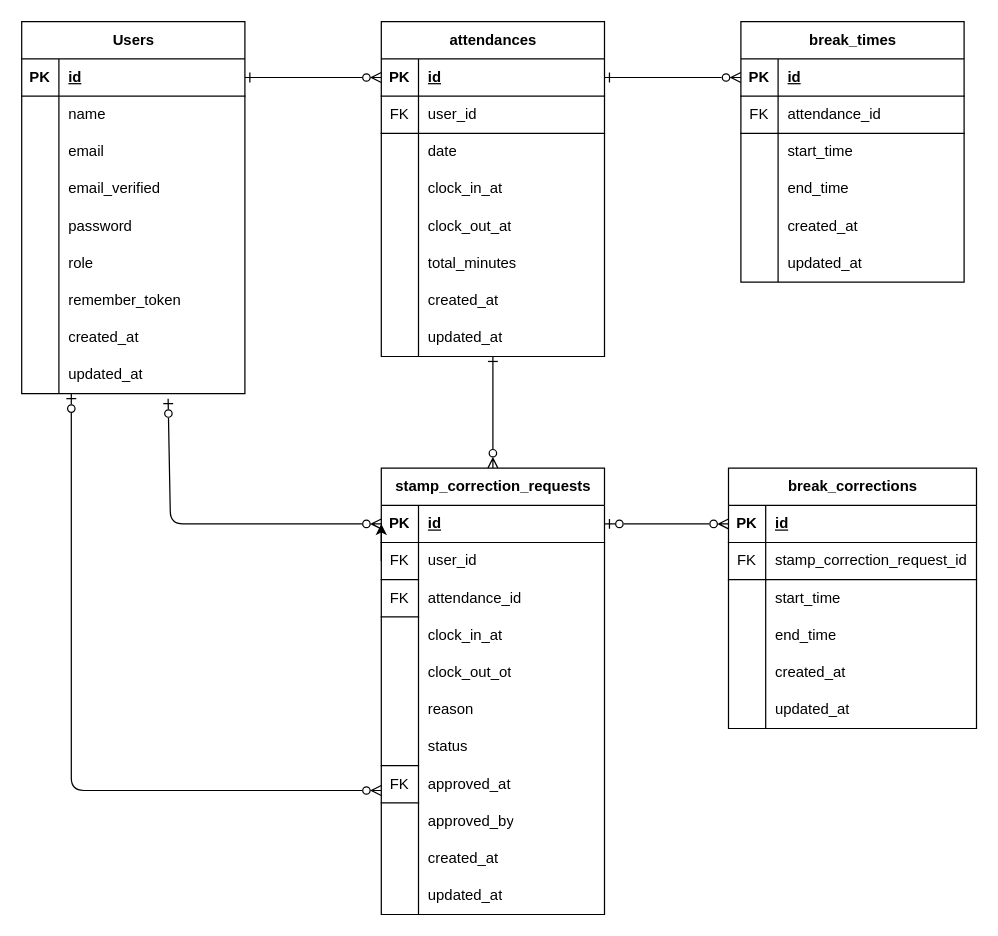
Earlier version of the draw.io diagram mockcase2.dio (nakagawa-hayato/mockcase2). Source tidied: cells renumbered, new cells numbered last; positions are measured from the earlier drawing's top-left corner, leaving out a move shared by most shapes. Both pictures are drawn from the tidied source at 124%, with x=0, y=0 at pixel (21, 21).
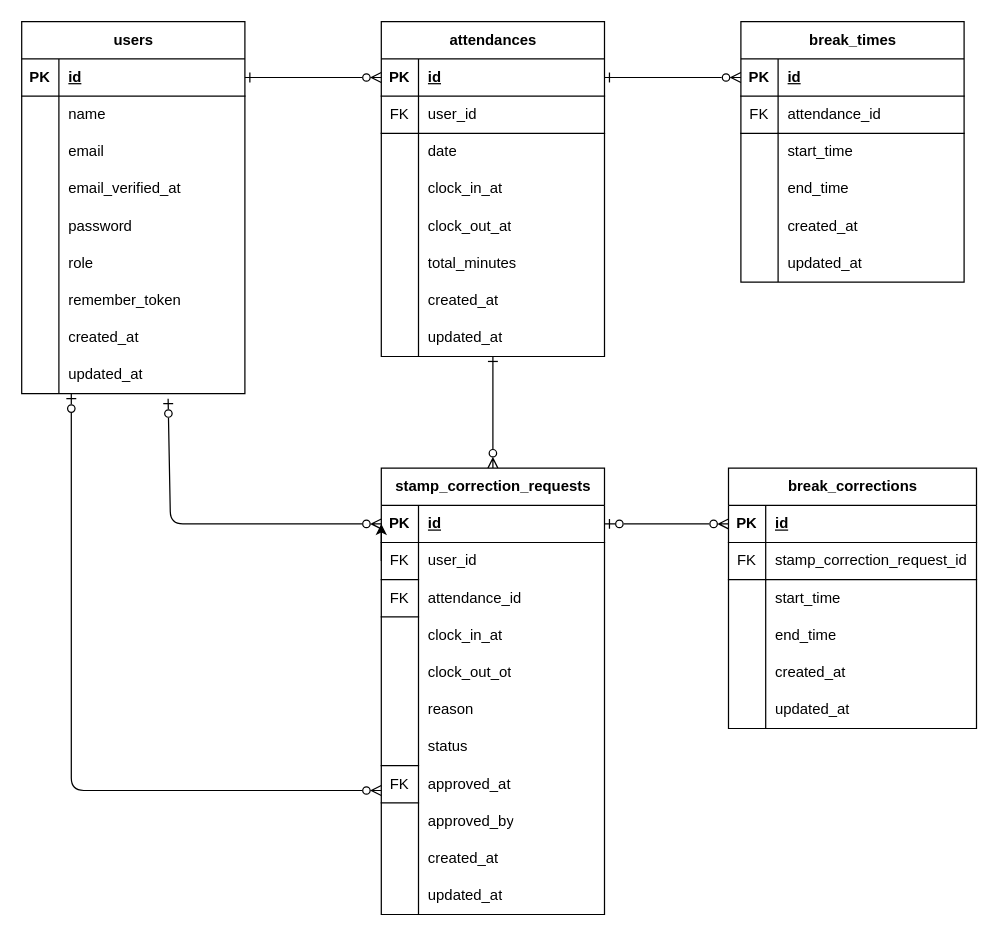
After the change.

Unchanged cells that the change refers to:
```xml
<mxCell id="12" style="shape=tableRow;horizontal=0;startSize=0;swimlaneHead=0;swimlaneBody=0;fillColor=none;top=0;left=0;right=0;bottom=0;" parent="2" vertex="1">
  <mxGeometry y="120" width="180" height="30" as="geometry" />
</mxCell>
```

Diff of the diagram source:
```diff
@@
-    <mxCell id="2" value="Users" style="shape=table;startSize=30;childLayout=tableLayout;rowLines=0;fontStyle=1;align=center;html=1;" parent="1" vertex="1">
+    <mxCell id="2" value="users" style="shape=table;startSize=30;childLayout=tableLayout;rowLines=0;fontStyle=1;align=center;html=1;" parent="1" vertex="1">
       <mxGeometry width="180" height="300" as="geometry" />
     </mxCell>
@@
-    <mxCell id="14" value="email_verified" style="shape=partialRectangle;fillColor=none;top=0;left=0;bottom=0;right=0;align=left;spacingLeft=6;overflow=hidden;whiteSpace=wrap;html=1;" parent="12" vertex="1">
+    <mxCell id="14" value="email_verified_at" style="shape=partialRectangle;fillColor=none;top=0;left=0;bottom=0;right=0;align=left;spacingLeft=6;overflow=hidden;whiteSpace=wrap;html=1;" parent="12" vertex="1">
       <mxGeometry x="30" width="150" height="30" as="geometry" />
     </mxCell>
```
